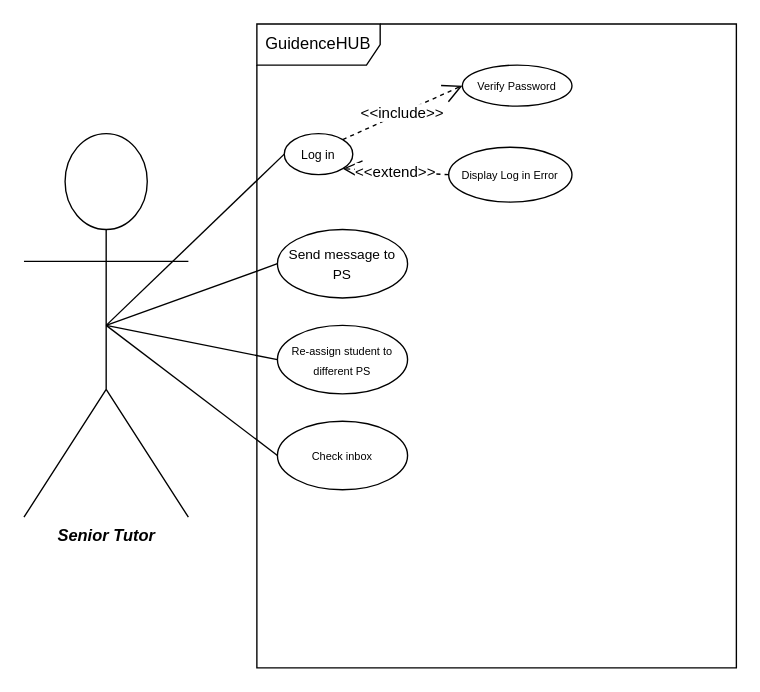
Earlier version of the draw.io diagram DIAGRAMS/ST.drawio (551462-Design-Develop-Deploy-24-25/001-port-individual-software-project-portfolio-MMukhtar1885). Source tidied: cells renumbered, new cells numbered last; positions are measured from the earlier drawing's top-left corner, leaving out a move shared by most shapes. Both pictures are drawn from the tidied source at 137%, with x=0, y=0 at pixel (23, 23).
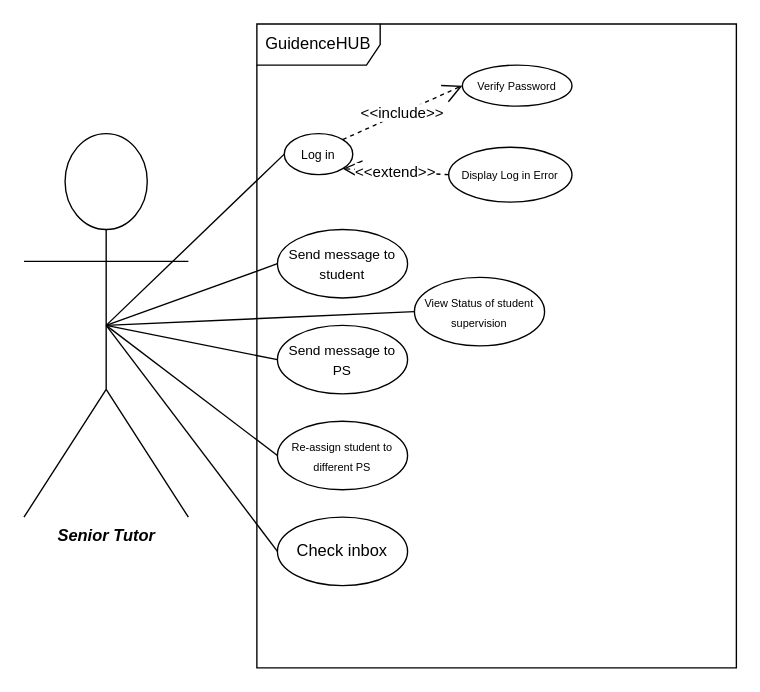
Above is the later version.

The edit, as a diff of the source:
```diff
@@
 <mxGraphModel>
   <root>
     <mxCell id="0" />
     <mxCell id="1" parent="0" />
     <mxCell id="2" value="GuidenceHUB" style="shape=umlFrame;whiteSpace=wrap;html=1;width=90;height=30;" parent="1" vertex="1">
       <mxGeometry x="170" width="350" height="470" as="geometry" />
     </mxCell>
     <mxCell id="3" value="&lt;b&gt;&lt;i&gt;Senior Tutor&lt;/i&gt;&lt;/b&gt;" style="shape=umlActor;verticalLabelPosition=bottom;verticalAlign=top;html=1;" parent="1" vertex="1">
       <mxGeometry y="80" width="120" height="280" as="geometry" />
     </mxCell>
     <mxCell id="4" value="&lt;font style=&quot;font-size: 9px;&quot;&gt;Log in&lt;/font&gt;" style="ellipse;whiteSpace=wrap;html=1;" parent="1" vertex="1">
       <mxGeometry x="190" y="80" width="50" height="30" as="geometry" />
     </mxCell>
     <mxCell id="5" value="&lt;font style=&quot;font-size: 8px;&quot;&gt;Verify Password&lt;/font&gt;" style="ellipse;whiteSpace=wrap;html=1;" parent="1" vertex="1">
       <mxGeometry x="320" y="30" width="80" height="30" as="geometry" />
     </mxCell>
     <mxCell id="6" value="&lt;font style=&quot;font-size: 8px;&quot;&gt;Display Log in Error&lt;/font&gt;" style="ellipse;whiteSpace=wrap;html=1;" parent="1" vertex="1">
       <mxGeometry x="310" y="90" width="90" height="40" as="geometry" />
     </mxCell>
     <mxCell id="7" value="&amp;lt;&amp;lt;include&amp;gt;&amp;gt;" style="endArrow=open;endSize=12;dashed=1;html=1;rounded=0;exitX=1;exitY=0;exitDx=0;exitDy=0;entryX=0;entryY=0.5;entryDx=0;entryDy=0;" parent="1" edge="1" source="4" target="5">
       <mxGeometry relative="1" as="geometry" />
     </mxCell>
     <mxCell id="8" value="&amp;lt;&amp;lt;extend&amp;gt;&amp;gt;" style="endArrow=open;endSize=12;dashed=1;html=1;rounded=0;exitX=0;exitY=0.5;exitDx=0;exitDy=0;entryX=1;entryY=1;entryDx=0;entryDy=0;" parent="1" edge="1" source="6" target="4">
       <mxGeometry relative="1" as="geometry" />
     </mxCell>
     <mxCell id="9" style="endArrow=none;html=1;rounded=0;exitX=0.5;exitY=0.5;exitDx=0;exitDy=0;exitPerimeter=0;entryX=0;entryY=0.5;entryDx=0;entryDy=0;" parent="1" edge="1" source="3" target="4">
       <mxGeometry relative="1" as="geometry" />
     </mxCell>
-    <mxCell id="10" value="&lt;font style=&quot;font-size: 10px;&quot;&gt;Send message to PS&lt;/font&gt;" style="ellipse;whiteSpace=wrap;html=1;" parent="1" vertex="1">
+    <mxCell id="10" value="&lt;font style=&quot;font-size: 10px;&quot;&gt;Send message to student&lt;/font&gt;" style="ellipse;whiteSpace=wrap;html=1;" parent="1" vertex="1">
       <mxGeometry x="185" y="150" width="95" height="50" as="geometry" />
     </mxCell>
     <mxCell id="11" style="endArrow=none;html=1;rounded=0;exitX=0.5;exitY=0.5;exitDx=0;exitDy=0;exitPerimeter=0;entryX=0;entryY=0.5;entryDx=0;entryDy=0;" parent="1" edge="1" source="3" target="10">
       <mxGeometry relative="1" as="geometry" />
     </mxCell>
     <mxCell id="12" style="endArrow=none;html=1;rounded=0;exitX=0.5;exitY=0.5;exitDx=0;exitDy=0;exitPerimeter=0;entryX=0;entryY=0.5;entryDx=0;entryDy=0;" parent="1" edge="1" source="3" target="13">
       <mxGeometry relative="1" as="geometry" />
     </mxCell>
-    <mxCell id="13" value="&lt;font style=&quot;font-size: 8px;&quot;&gt;Re-assign student to different PS&lt;/font&gt;" style="ellipse;whiteSpace=wrap;html=1;" parent="1" vertex="1">
+    <mxCell id="13" value="&lt;span style=&quot;font-size: 10px;&quot;&gt;Send message to PS&lt;/span&gt;" style="ellipse;whiteSpace=wrap;html=1;" parent="1" vertex="1">
       <mxGeometry x="185" y="220" width="95" height="50" as="geometry" />
     </mxCell>
     <mxCell id="14" style="endArrow=none;html=1;rounded=0;exitX=0.5;exitY=0.5;exitDx=0;exitDy=0;exitPerimeter=0;entryX=0;entryY=0.5;entryDx=0;entryDy=0;" parent="1" edge="1" source="3" target="15">
       <mxGeometry relative="1" as="geometry" />
     </mxCell>
-    <mxCell id="15" value="&lt;font style=&quot;font-size: 8px;&quot;&gt;Check inbox&lt;/font&gt;" style="ellipse;whiteSpace=wrap;html=1;" parent="1" vertex="1">
+    <mxCell id="15" value="&lt;span style=&quot;font-size: 8px;&quot;&gt;Re-assign student to different PS&lt;/span&gt;" style="ellipse;whiteSpace=wrap;html=1;" parent="1" vertex="1">
       <mxGeometry x="185" y="290" width="95" height="50" as="geometry" />
     </mxCell>
+    <mxCell id="16" style="endArrow=none;html=1;rounded=0;exitX=0.5;exitY=0.5;exitDx=0;exitDy=0;exitPerimeter=0;entryX=0;entryY=0.5;entryDx=0;entryDy=0;" parent="1" edge="1" source="3" target="17">
+      <mxGeometry relative="1" as="geometry" />
+    </mxCell>
+    <mxCell id="17" value="Check inbox" style="ellipse;whiteSpace=wrap;html=1;" parent="1" vertex="1">
+      <mxGeometry x="185" y="360" width="95" height="50" as="geometry" />
+    </mxCell>
+    <mxCell id="18" value="&lt;font style=&quot;font-size: 8px;&quot;&gt;View Status of student supervision&lt;/font&gt;" style="ellipse;whiteSpace=wrap;html=1;" parent="1" vertex="1">
+      <mxGeometry x="285" y="185" width="95" height="50" as="geometry" />
+    </mxCell>
+    <mxCell id="19" style="endArrow=none;html=1;rounded=0;exitX=0.5;exitY=0.5;exitDx=0;exitDy=0;exitPerimeter=0;entryX=0;entryY=0.5;entryDx=0;entryDy=0;" parent="1" edge="1" source="3" target="18">
+      <mxGeometry relative="1" as="geometry" />
+    </mxCell>
   </root>
 </mxGraphModel>
```
